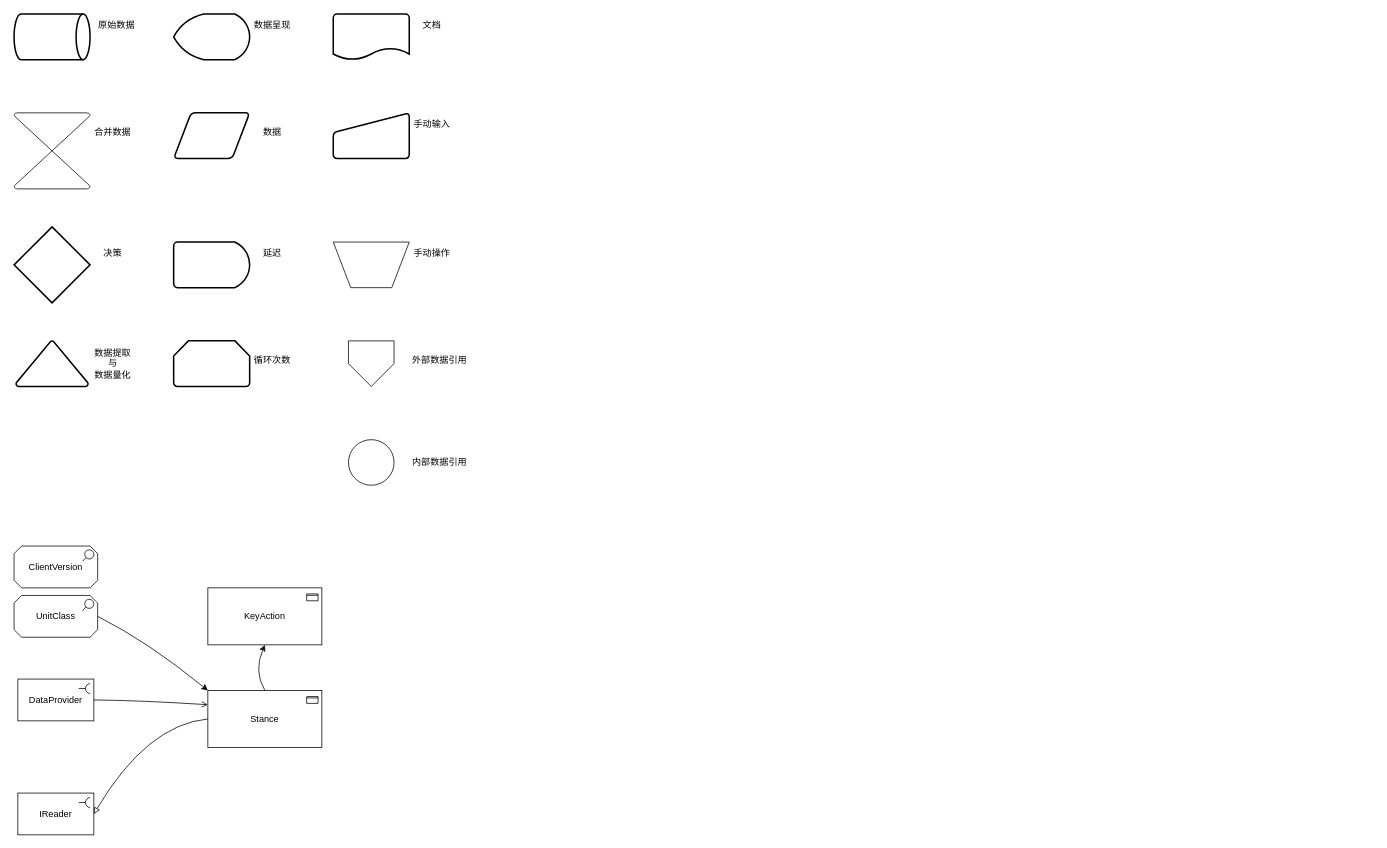
Before: Untitled Diagram.drawio in YannieCheung/ArchitectureDiagram, a draw.io diagram. Source tidied: cells renumbered, new cells numbered last; positions are measured from the earlier drawing's top-left corner, leaving out a move shared by most shapes. Both pictures are drawn from the tidied source at 76%, with x=0, y=0 at pixel (14, 14).
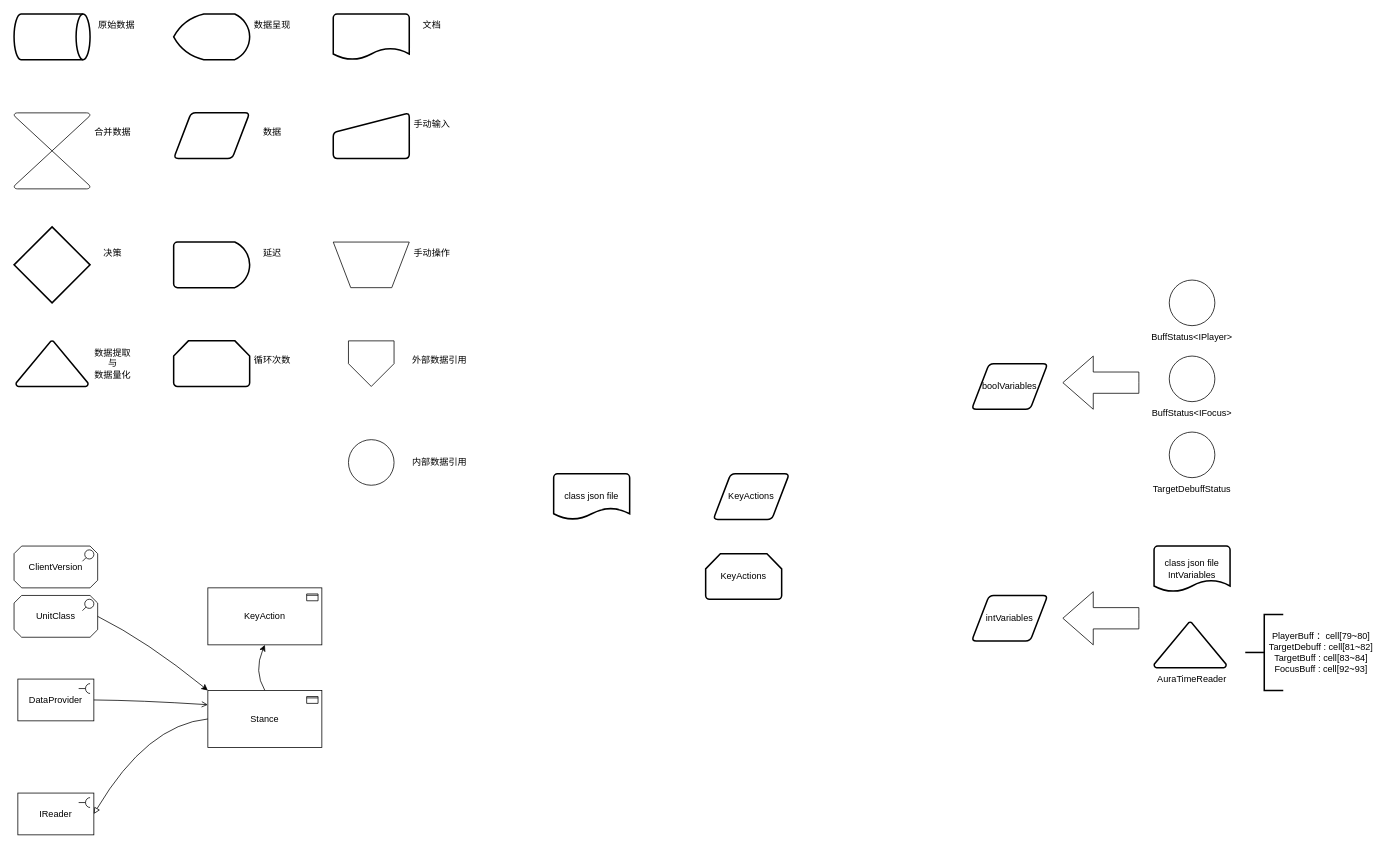
Above is the later version.

The edit, as a diff of the source:
```diff
@@
+    <mxCell id="38" value="boolVariables" style="shape=parallelogram;html=1;strokeWidth=2;perimeter=parallelogramPerimeter;whiteSpace=wrap;rounded=1;arcSize=12;size=0.23;" parent="1" vertex="1">
+      <mxGeometry x="1260" y="460" width="100" height="60" as="geometry" />
+    </mxCell>
+    <mxCell id="39" style="verticalLabelPosition=bottom;verticalAlign=top;html=1;shape=mxgraph.flowchart.on-page_reference;" parent="1" vertex="1">
+      <mxGeometry x="1520" y="350" width="60" height="60" as="geometry" />
+    </mxCell>
+    <mxCell id="40" value="BuffStatus&amp;lt;IPlayer&amp;gt;" style="text;html=1;align=center;verticalAlign=middle;whiteSpace=wrap;rounded=0;" parent="1" vertex="1">
+      <mxGeometry x="1520" y="410" width="60" height="30" as="geometry" />
+    </mxCell>
+    <mxCell id="41" style="verticalLabelPosition=bottom;verticalAlign=top;html=1;shape=mxgraph.flowchart.on-page_reference;" parent="1" vertex="1">
+      <mxGeometry x="1520" y="450" width="60" height="60" as="geometry" />
+    </mxCell>
+    <mxCell id="42" value="BuffStatus&amp;lt;IFocus&amp;gt;" style="text;html=1;align=center;verticalAlign=middle;whiteSpace=wrap;rounded=0;" parent="1" vertex="1">
+      <mxGeometry x="1520" y="510" width="60" height="30" as="geometry" />
+    </mxCell>
+    <mxCell id="43" style="verticalLabelPosition=bottom;verticalAlign=top;html=1;shape=mxgraph.flowchart.on-page_reference;" parent="1" vertex="1">
+      <mxGeometry x="1520" y="550" width="60" height="60" as="geometry" />
+    </mxCell>
+    <mxCell id="44" value="TargetDebuffStatus" style="text;html=1;align=center;verticalAlign=middle;whiteSpace=wrap;rounded=0;" parent="1" vertex="1">
+      <mxGeometry x="1520" y="610" width="60" height="30" as="geometry" />
+    </mxCell>
+    <mxCell id="45" style="html=1;shadow=0;dashed=0;align=center;verticalAlign=middle;shape=mxgraph.arrows2.arrow;dy=0.6;dx=40;flipH=1;notch=0;" parent="1" vertex="1">
+      <mxGeometry x="1380" y="450" width="100" height="70" as="geometry" />
+    </mxCell>
+    <mxCell id="46" value="intVariables" style="shape=parallelogram;html=1;strokeWidth=2;perimeter=parallelogramPerimeter;whiteSpace=wrap;rounded=1;arcSize=12;size=0.23;" parent="1" vertex="1">
+      <mxGeometry x="1260" y="765" width="100" height="60" as="geometry" />
+    </mxCell>
+    <mxCell id="47" value="class json file&lt;br&gt;IntVariables" style="strokeWidth=2;html=1;shape=mxgraph.flowchart.document2;whiteSpace=wrap;size=0.25;" parent="1" vertex="1">
+      <mxGeometry x="1500" y="700" width="100" height="60" as="geometry" />
+    </mxCell>
+    <mxCell id="48" style="strokeWidth=2;html=1;shape=mxgraph.flowchart.extract_or_measurement;whiteSpace=wrap;" parent="1" vertex="1">
+      <mxGeometry x="1500" y="800" width="95" height="60" as="geometry" />
+    </mxCell>
+    <mxCell id="49" value="AuraTimeReader" style="text;html=1;align=center;verticalAlign=middle;whiteSpace=wrap;rounded=0;" parent="1" vertex="1">
+      <mxGeometry x="1520" y="860" width="60" height="30" as="geometry" />
+    </mxCell>
+    <mxCell id="50" style="strokeWidth=2;html=1;shape=mxgraph.flowchart.annotation_2;align=left;labelPosition=right;" parent="1" vertex="1">
+      <mxGeometry x="1620" y="790" width="50" height="100" as="geometry" />
+    </mxCell>
+    <mxCell id="51" value="PlayerBuff ：cell[79~80]&lt;div&gt;TargetDebuff : cell[81~82]&lt;/div&gt;&lt;div&gt;TargetBuff : cell[83~84]&lt;/div&gt;&lt;div&gt;FocusBuff : cell[92~93]&lt;/div&gt;" style="text;html=1;align=center;verticalAlign=middle;whiteSpace=wrap;rounded=0;" parent="1" vertex="1">
+      <mxGeometry x="1650" y="797.5" width="140" height="85" as="geometry" />
+    </mxCell>
+    <mxCell id="52" style="html=1;shadow=0;dashed=0;align=center;verticalAlign=middle;shape=mxgraph.arrows2.arrow;dy=0.6;dx=40;flipH=1;notch=0;" parent="1" vertex="1">
+      <mxGeometry x="1380" y="760" width="100" height="70" as="geometry" />
+    </mxCell>
+    <mxCell id="53" value="class json file" style="strokeWidth=2;html=1;shape=mxgraph.flowchart.document2;whiteSpace=wrap;size=0.25;" parent="1" vertex="1">
+      <mxGeometry x="710" y="605" width="100" height="60" as="geometry" />
+    </mxCell>
+    <mxCell id="54" value="KeyActions" style="shape=parallelogram;html=1;strokeWidth=2;perimeter=parallelogramPerimeter;whiteSpace=wrap;rounded=1;arcSize=12;size=0.23;" parent="1" vertex="1">
+      <mxGeometry x="920" y="605" width="100" height="60" as="geometry" />
+    </mxCell>
+    <mxCell id="55" value="KeyActions" style="strokeWidth=2;html=1;shape=mxgraph.flowchart.loop_limit;whiteSpace=wrap;" parent="1" vertex="1">
+      <mxGeometry x="910" y="710" width="100" height="60" as="geometry" />
+    </mxCell>
```
